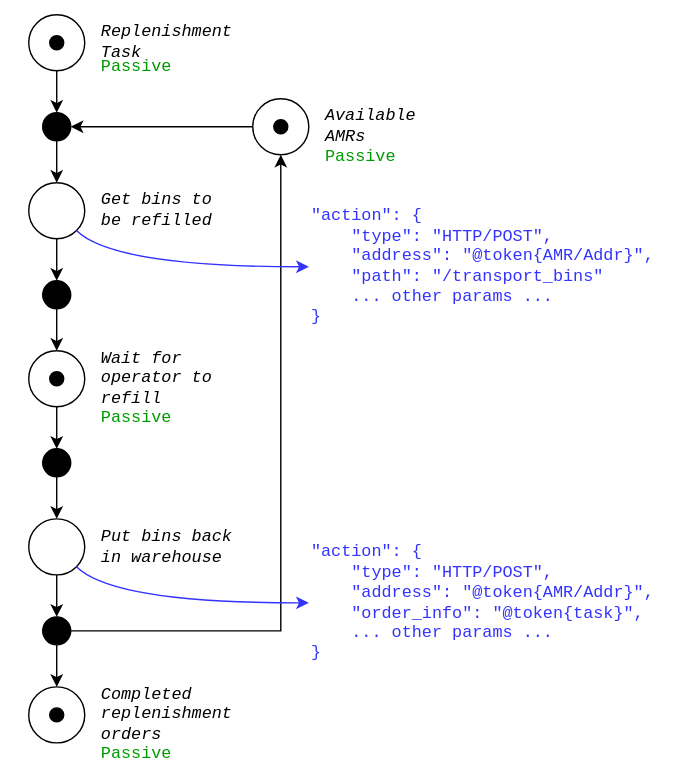
This is source/images/posts/pnet_example/replenishment_actions.svg from CapyRobot/blog, a draw.io export, as it was before one commit. Source tidied: cells renumbered, new cells last; positions are measured from the earlier drawing's top-left corner, leaving out a move shared by most shapes.
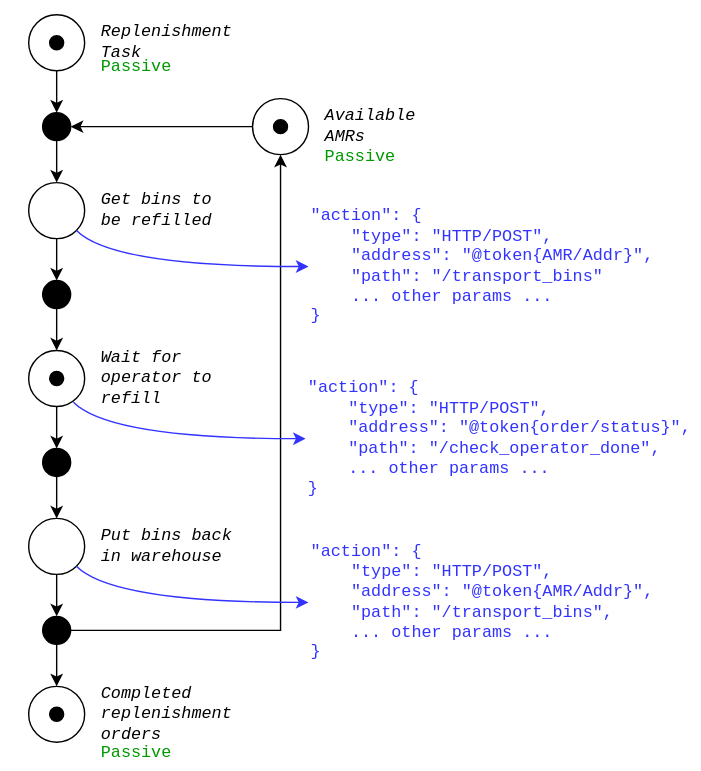
The same file after the commit.

Commit message:
reviewed example post

What changed in the source:
```diff
@@ -3,7 +3,7 @@
     <mxCell id="0" />
     <mxCell id="1" parent="0" />
     <mxCell id="2" style="rounded=0;whiteSpace=wrap;html=1;labelBackgroundColor=none;fillColor=none;strokeColor=none;" parent="1" vertex="1">
-      <mxGeometry width="480" height="550" as="geometry" />
+      <mxGeometry width="500" height="550" as="geometry" />
     </mxCell>
     <mxCell id="3" style="edgeStyle=orthogonalEdgeStyle;rounded=0;jettySize=auto;html=1;exitX=0.5;exitY=1;exitDx=0;exitDy=0;entryX=0.5;entryY=0;entryDx=0;entryDy=0;align=left;" parent="1" edge="1" source="4">
       <mxGeometry relative="1" as="geometry">
@@ -123,27 +123,35 @@
       <mxGeometry x="70" y="40" width="60" height="16" as="geometry" />
     </mxCell>
     <mxCell id="36" value="&lt;span style=&quot;font-style: normal;&quot;&gt;&lt;font&gt;Passive&lt;/font&gt;&lt;/span&gt;" style="text;html=1;strokeColor=none;fillColor=none;align=left;verticalAlign=middle;whiteSpace=wrap;rounded=0;fontStyle=2;fontColor=#009900;fontFamily=Courier New;" parent="1" vertex="1">
-      <mxGeometry x="70" y="290" width="60" height="16" as="geometry" />
+      <mxGeometry x="70" y="530" width="60" height="16" as="geometry" />
     </mxCell>
-    <mxCell id="37" value="&lt;span style=&quot;font-style: normal;&quot;&gt;&lt;font&gt;Passive&lt;/font&gt;&lt;/span&gt;" style="text;html=1;strokeColor=none;fillColor=none;align=left;verticalAlign=middle;whiteSpace=wrap;rounded=0;fontStyle=2;fontColor=#009900;fontFamily=Courier New;" parent="1" vertex="1">
-      <mxGeometry x="70" y="530" width="60" height="16" as="geometry" />
+    <mxCell id="37" value="&lt;span style=&quot;font-style: normal;&quot;&gt;&lt;span style=&quot;background-color: initial;&quot;&gt;&quot;action&quot;: {&lt;/span&gt;&lt;br&gt;&lt;/span&gt;&lt;div style=&quot;&quot;&gt;&lt;span style=&quot;font-style: normal;&quot;&gt;&amp;nbsp; &amp;nbsp; &quot;type&quot;: &quot;HTTP/POST&quot;,&lt;/span&gt;&lt;/div&gt;&lt;div style=&quot;border-color: var(--border-color);&quot;&gt;&lt;span style=&quot;font-style: normal;&quot;&gt;&amp;nbsp; &amp;nbsp; &quot;address&quot;: &quot;@token{AMR/Addr}&quot;,&lt;/span&gt;&lt;/div&gt;&lt;span style=&quot;font-style: normal;&quot;&gt;&amp;nbsp; &amp;nbsp; &quot;path&quot;: &quot;/transport_bins&quot;&lt;/span&gt;&lt;span style=&quot;font-style: normal; background-color: initial;&quot;&gt;,&lt;/span&gt;&lt;span style=&quot;font-style: normal;&quot;&gt;&lt;br&gt;&lt;/span&gt;&lt;span style=&quot;font-style: normal;&quot;&gt;&amp;nbsp; &amp;nbsp; ... other params ...&lt;/span&gt;&lt;div style=&quot;&quot;&gt;&lt;span style=&quot;font-style: normal;&quot;&gt;}&lt;/span&gt;&lt;/div&gt;" style="text;html=1;strokeColor=none;fillColor=none;align=left;verticalAlign=middle;whiteSpace=wrap;rounded=0;fontStyle=2;fontColor=#3333FF;fontFamily=Courier New;" parent="1" vertex="1">
+      <mxGeometry x="220" y="390" width="250" height="80" as="geometry" />
     </mxCell>
-    <mxCell id="38" value="&lt;span style=&quot;font-style: normal;&quot;&gt;&lt;span style=&quot;background-color: initial;&quot;&gt;&quot;action&quot;: {&lt;/span&gt;&lt;br&gt;&lt;/span&gt;&lt;div style=&quot;&quot;&gt;&lt;span style=&quot;font-style: normal;&quot;&gt;&amp;nbsp; &amp;nbsp; &quot;type&quot;: &quot;HTTP/POST&quot;,&lt;/span&gt;&lt;/div&gt;&lt;div style=&quot;border-color: var(--border-color);&quot;&gt;&lt;span style=&quot;font-style: normal;&quot;&gt;&amp;nbsp; &amp;nbsp; &quot;address&quot;: &quot;@token{AMR/Addr}&quot;,&lt;/span&gt;&lt;/div&gt;&lt;div style=&quot;border-color: var(--border-color);&quot;&gt;&lt;span style=&quot;font-style: normal;&quot;&gt;&amp;nbsp; &amp;nbsp; &quot;order_info&quot;: &quot;@token{task}&quot;,&lt;/span&gt;&lt;/div&gt;&lt;span style=&quot;font-style: normal;&quot;&gt;&amp;nbsp; &amp;nbsp; ... other params ...&lt;/span&gt;&lt;div style=&quot;&quot;&gt;&lt;span style=&quot;font-style: normal;&quot;&gt;}&lt;/span&gt;&lt;/div&gt;" style="text;html=1;strokeColor=none;fillColor=none;align=left;verticalAlign=middle;whiteSpace=wrap;rounded=0;fontStyle=2;fontColor=#3333FF;fontFamily=Courier New;" parent="1" vertex="1">
-      <mxGeometry x="220" y="390" width="250" height="80" as="geometry" />
+    <mxCell id="38" style="curved=1;endArrow=classic;html=1;rounded=0;strokeColor=#3333FF;fontFamily=Courier New;exitX=1;exitY=1;exitDx=0;exitDy=0;entryX=0;entryY=0.5;entryDx=0;entryDy=0;align=left;" parent="1" edge="1" source="8" target="30">
+      <mxGeometry relative="1" as="geometry">
+        <Array as="points">
+          <mxPoint x="80" y="190" />
+        </Array>
+      </mxGeometry>
     </mxCell>
-    <mxCell id="39" style="curved=1;endArrow=classic;html=1;rounded=0;strokeColor=#3333FF;fontFamily=Courier New;exitX=1;exitY=1;exitDx=0;exitDy=0;entryX=0;entryY=0.5;entryDx=0;entryDy=0;align=left;" parent="1" edge="1" source="8" target="30">
+    <mxCell id="39" style="curved=1;endArrow=classic;html=1;rounded=0;strokeColor=#3333FF;fontFamily=Courier New;exitX=1;exitY=1;exitDx=0;exitDy=0;entryX=0;entryY=0.5;entryDx=0;entryDy=0;align=left;" parent="1" edge="1" source="16" target="37">
       <mxGeometry relative="1" as="geometry">
         <Array as="points">
-          <mxPoint x="80" y="190" />
+          <mxPoint x="80" y="430" />
         </Array>
       </mxGeometry>
     </mxCell>
-    <mxCell id="40" style="curved=1;endArrow=classic;html=1;rounded=0;strokeColor=#3333FF;fontFamily=Courier New;exitX=1;exitY=1;exitDx=0;exitDy=0;entryX=0;entryY=0.5;entryDx=0;entryDy=0;align=left;" parent="1" edge="1" source="16" target="38">
-      <mxGeometry relative="1" as="geometry">
-        <Array as="points">
-          <mxPoint x="80" y="430" />
-        </Array>
-      </mxGeometry>
+    <mxCell id="40" value="&lt;span style=&quot;font-style: normal;&quot;&gt;&lt;span style=&quot;background-color: initial;&quot;&gt;&quot;action&quot;: {&lt;/span&gt;&lt;br&gt;&lt;/span&gt;&lt;div style=&quot;&quot;&gt;&lt;span style=&quot;font-style: normal;&quot;&gt;&amp;nbsp; &amp;nbsp; &quot;type&quot;: &quot;HTTP/POST&quot;,&lt;/span&gt;&lt;/div&gt;&lt;div style=&quot;border-color: var(--border-color);&quot;&gt;&lt;span style=&quot;font-style: normal;&quot;&gt;&amp;nbsp; &amp;nbsp; &quot;address&quot;: &quot;@token{order/status}&quot;,&lt;/span&gt;&lt;/div&gt;&lt;div style=&quot;border-color: var(--border-color);&quot;&gt;&lt;span style=&quot;font-style: normal;&quot;&gt;&amp;nbsp; &amp;nbsp; &quot;path&quot;: &quot;/check_operator_done&quot;,&lt;/span&gt;&lt;/div&gt;&lt;span style=&quot;font-style: normal;&quot;&gt;&amp;nbsp; &amp;nbsp; ... other params ...&lt;/span&gt;&lt;div style=&quot;&quot;&gt;&lt;span style=&quot;font-style: normal;&quot;&gt;}&lt;/span&gt;&lt;/div&gt;" style="text;html=1;strokeColor=none;fillColor=none;align=left;verticalAlign=middle;whiteSpace=wrap;rounded=0;fontStyle=2;fontColor=#3333FF;fontFamily=Courier New;" parent="1" vertex="1">
+      <mxGeometry x="218" y="273" width="282" height="80" as="geometry" />
     </mxCell>
+    <mxCell id="41" style="curved=1;endArrow=classic;html=1;rounded=0;strokeColor=#3333FF;fontFamily=Courier New;exitX=1;exitY=1;exitDx=0;exitDy=0;entryX=0;entryY=0.5;entryDx=0;entryDy=0;align=left;" parent="1" edge="1" target="40">
+      <mxGeometry relative="1" as="geometry">
+        <mxPoint x="52" y="287" as="sourcePoint" />
+        <Array as="points">
+          <mxPoint x="78" y="313" />
+        </Array>
+      </mxGeometry>
+    </mxCell>
   </root>
 </mxGraphModel>
```
